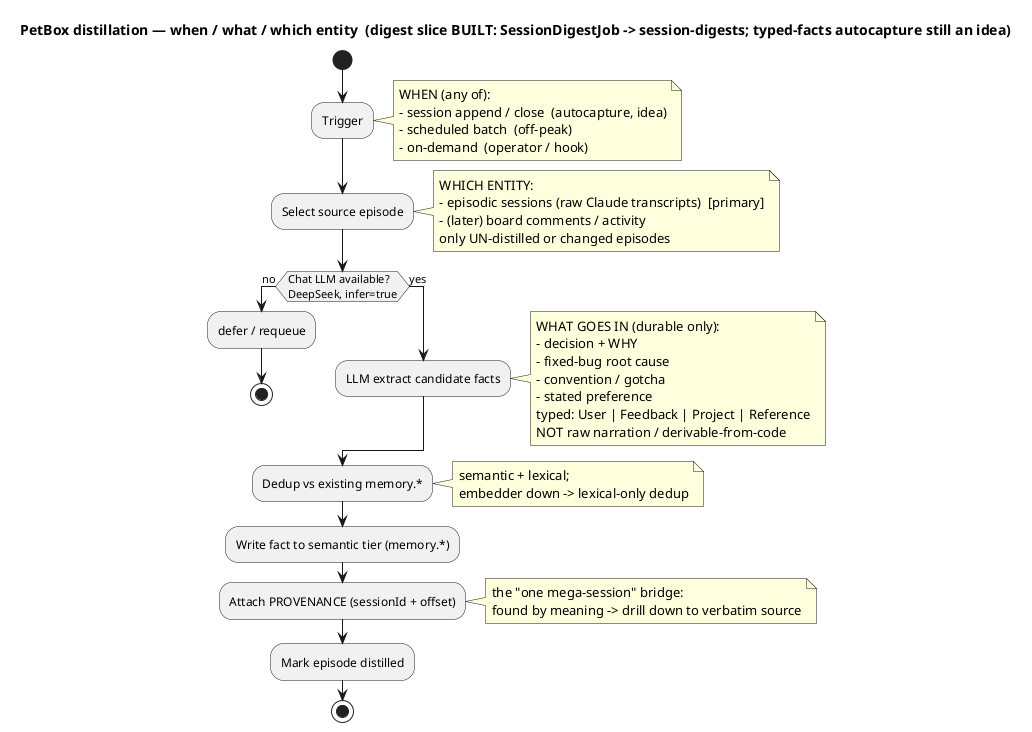
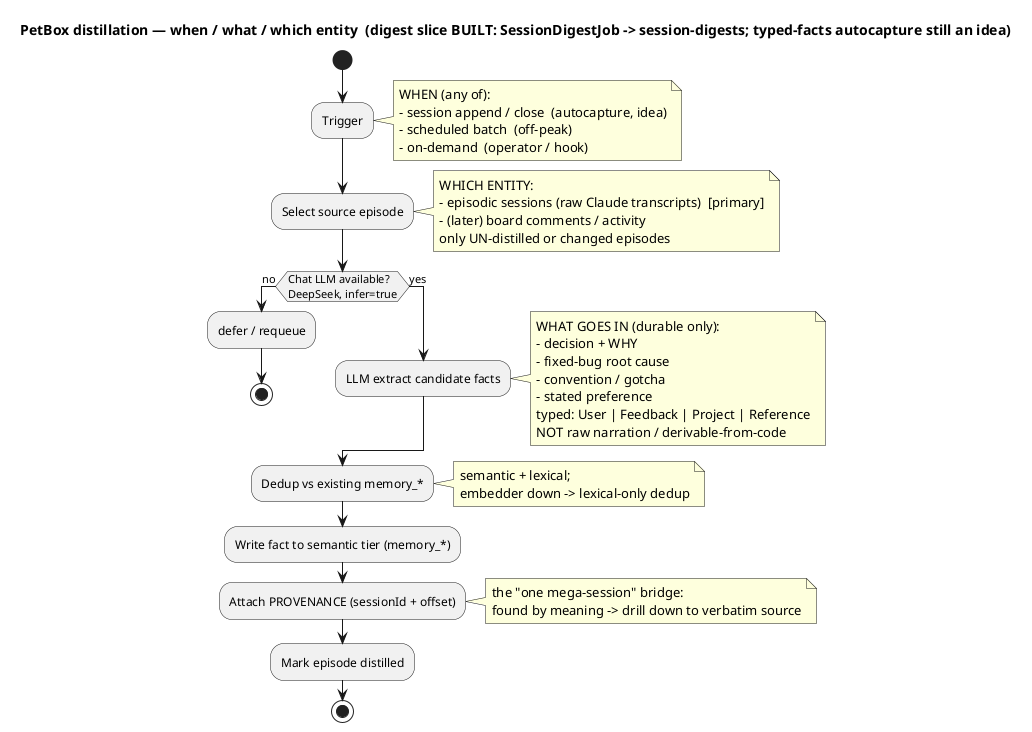
@startuml distillation-flow
title PetBox distillation — when / what / which entity  (digest slice BUILT: SessionDigestJob -> session-digests; typed-facts autocapture still an idea)
skinparam shadowing false

start
:Trigger;
note right
  WHEN (any of):
  - session append / close  (autocapture, idea)
  - scheduled batch  (off-peak)
  - on-demand  (operator / hook)
end note

:Select source episode;
note right
  WHICH ENTITY:
  - episodic sessions (raw Claude transcripts)  [primary]
  - (later) board comments / activity
  only UN-distilled or changed episodes
end note

if (Chat LLM available?\nDeepSeek, infer=true) then (no)
  :defer / requeue;
  stop
else (yes)
  :LLM extract candidate facts;
  note right
    WHAT GOES IN (durable only):
    - decision + WHY
    - fixed-bug root cause
    - convention / gotcha
    - stated preference
    typed: User | Feedback | Project | Reference
    NOT raw narration / derivable-from-code
  end note
endif

- :Dedup vs existing memory.*;
+ :Dedup vs existing memory_*;
note right
  semantic + lexical;
  embedder down -> lexical-only dedup
end note

- :Write fact to semantic tier (memory.*);
+ :Write fact to semantic tier (memory_*);
:Attach PROVENANCE (sessionId + offset);
note right
  the "one mega-session" bridge:
  found by meaning -> drill down to verbatim source
end note

:Mark episode distilled;
stop
@enduml
